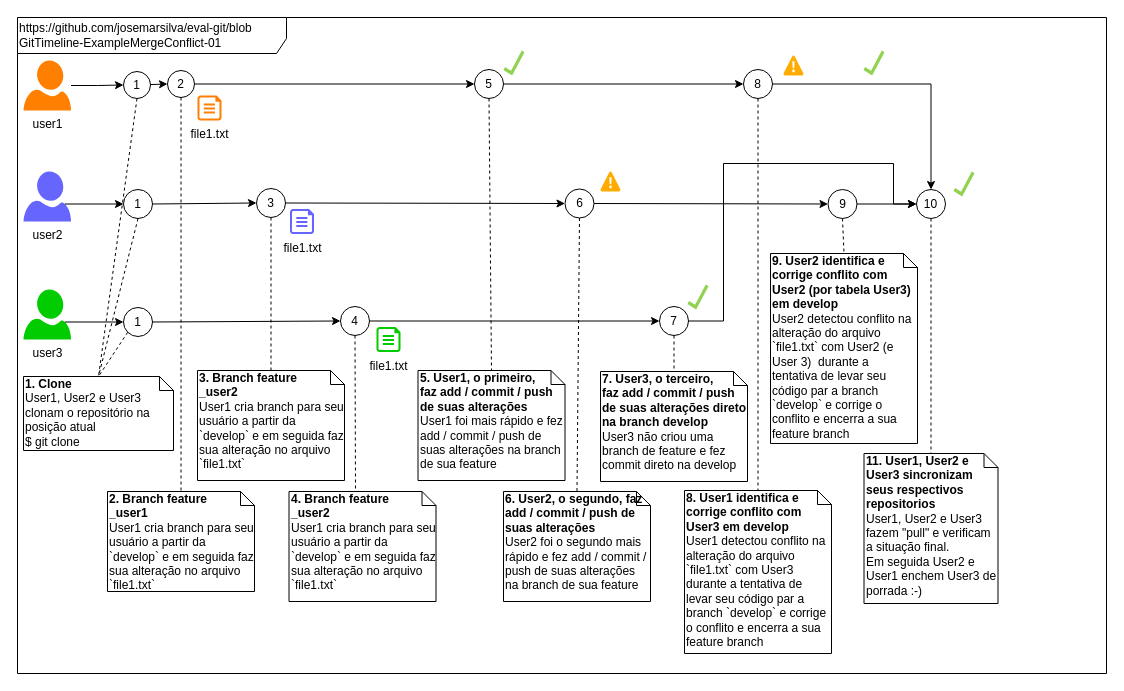
Above: doc/GitTimeline-ExampleMergeConflict-01.drawio in josemarsilva/eval-git (draw.io), before the change. Source tidied: cells renumbered, new cells numbered last; positions are measured from the earlier drawing's top-left corner, leaving out a move shared by most shapes. Both pictures are drawn from the tidied source at 100%, with x=0, y=0 at pixel (17, 17).
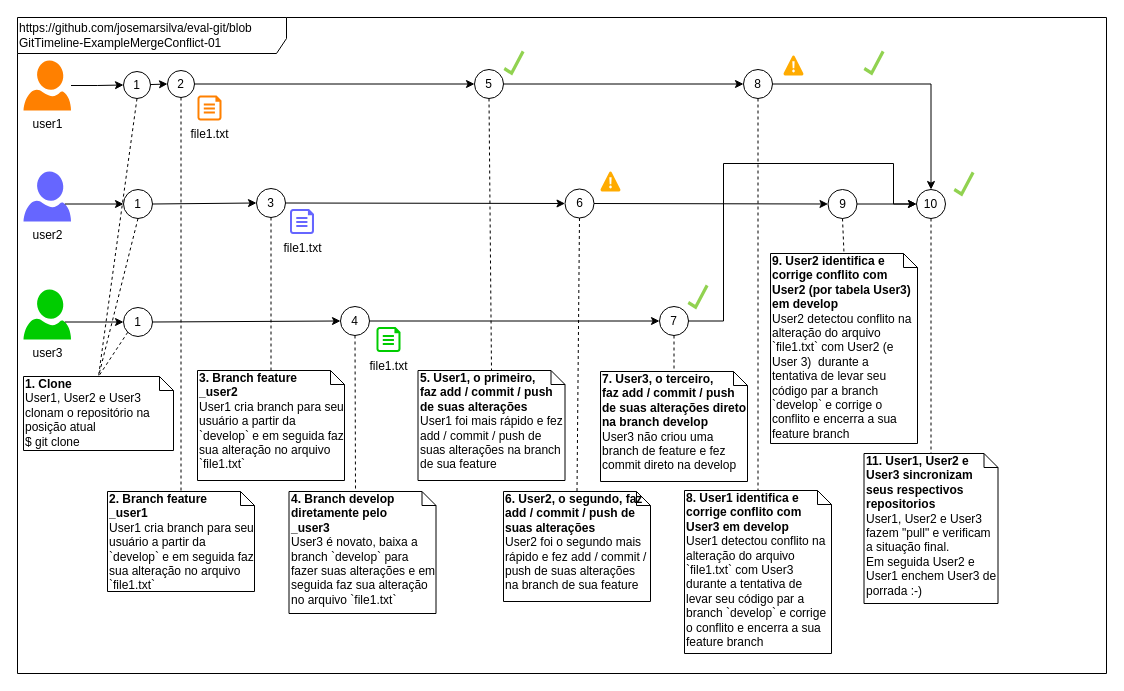
After the change.

Commit message (it also covers changes not shown here):
ajustando imagem com bug que o tadeu pegou

What changed in the source:
```diff
@@
-    <mxCell id="33" value="&lt;b&gt;4. Branch feature&lt;br&gt;_user2&lt;br&gt;&lt;/b&gt;User1 cria branch para seu usuário a partir da `develop` e em seguida faz sua alteração no arquivo `file1.txt`&amp;nbsp;&lt;br&gt;" style="shape=note;whiteSpace=wrap;html=1;size=14;verticalAlign=top;align=left;spacingTop=-6;fillColor=none;" parent="1" vertex="1">
-      <mxGeometry x="271.5" y="474" width="147" height="110" as="geometry" />
+    <mxCell id="33" value="&lt;b&gt;4. Branch develop diretamente pelo&lt;br&gt;_user3&lt;br&gt;&lt;/b&gt;User3 é novato, baixa a branch `develop` para fazer suas alterações e em seguida faz sua alteração no arquivo `file1.txt`&amp;nbsp;" style="shape=note;whiteSpace=wrap;html=1;size=14;verticalAlign=top;align=left;spacingTop=-6;fillColor=none;" parent="1" vertex="1">
+      <mxGeometry x="271.5" y="474" width="147" height="122" as="geometry" />
     </mxCell>
```
